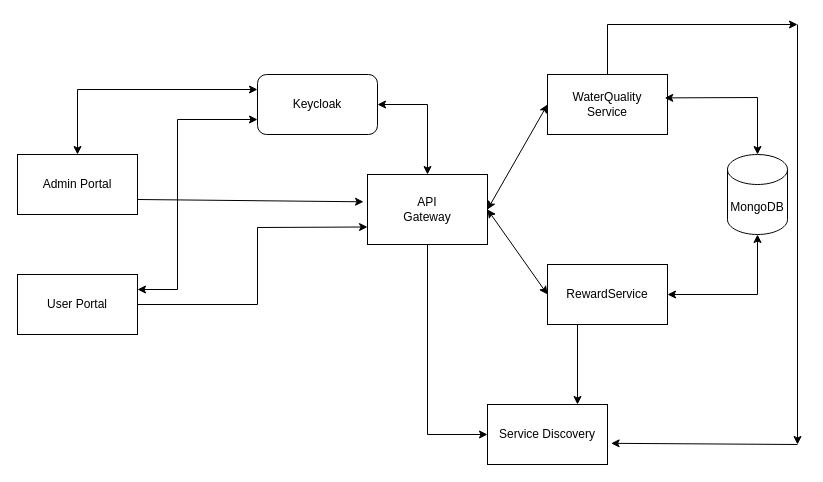
This is WaterQualityMonitoring_Architecture_Diagram.drawio from nadeemshaik7050/WaterQualityMonitoringSystem, a draw.io file, before an edit. Source tidied: cells renumbered, new cells numbered last; positions are measured from the earlier drawing's top-left corner, leaving out a move shared by most shapes. Both pictures are drawn from the tidied source at 100%, with x=0, y=0 at pixel (17, 24).
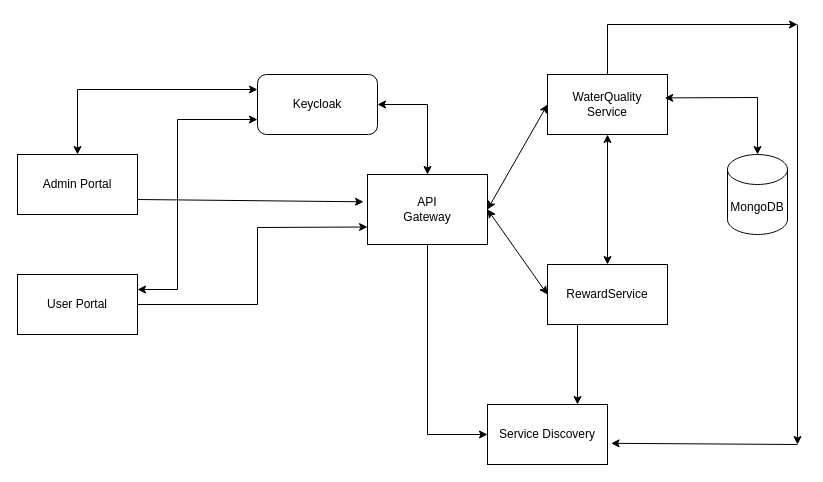
The same diagram, later.

Unchanged cells that the change refers to:
```xml
<mxCell id="2" value="MongoDB" style="shape=cylinder3;whiteSpace=wrap;html=1;boundedLbl=1;backgroundOutline=1;size=15;" parent="1" vertex="1">
  <mxGeometry x="710" y="130" width="60" height="80" as="geometry" />
</mxCell>
<mxCell id="3" value="WaterQuality&lt;br&gt;Service" style="rounded=0;whiteSpace=wrap;html=1;" parent="1" vertex="1">
  <mxGeometry x="530" y="50" width="120" height="60" as="geometry" />
</mxCell>
<mxCell id="4" value="RewardService" style="rounded=0;whiteSpace=wrap;html=1;" parent="1" vertex="1">
  <mxGeometry x="530" y="240" width="120" height="60" as="geometry" />
</mxCell>
```

What changed in the source:
```diff
@@
-    <mxCell id="16" style="endArrow=classic;startArrow=classic;html=1;rounded=0;entryX=0.5;entryY=1;entryDx=0;entryDy=0;entryPerimeter=0;exitX=1;exitY=0.5;exitDx=0;exitDy=0;" parent="1" edge="1" source="4" target="2">
-      <mxGeometry relative="1" as="geometry">
-        <Array as="points">
-          <mxPoint x="740" y="270" />
-        </Array>
-      </mxGeometry>
-    </mxCell>
@@
+    <mxCell id="24" style="endArrow=classic;startArrow=classic;html=1;rounded=0;entryX=0.5;entryY=1;entryDx=0;entryDy=0;exitX=0.5;exitY=0;exitDx=0;exitDy=0;" parent="1" edge="1" source="4" target="3">
+      <mxGeometry relative="1" as="geometry" />
+    </mxCell>
```
